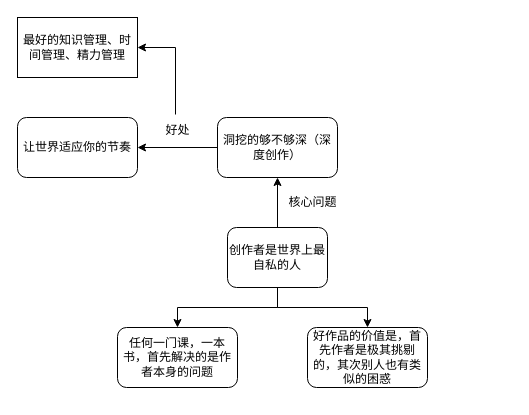
Above: 未命名绘图.drawio in dds0414/drawio (draw.io), before the change. Source tidied: cells renumbered, new cells numbered last; positions are measured from the earlier drawing's top-left corner, leaving out a move shared by most shapes. Both pictures are drawn from the tidied source at 100%, with x=0, y=0 at pixel (17, 17).
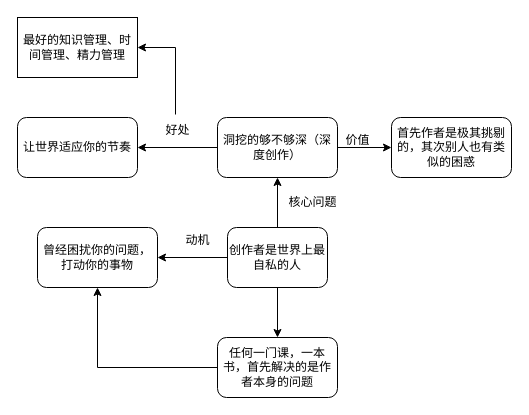
After the change.

Commit message (it also covers changes not shown here):
1.1创作的理由.drawio

The change refers to these unchanged cells:
```xml
<mxCell id="5" value="创作者是世界上最自私的人" style="rounded=1;whiteSpace=wrap;html=1;" parent="1" vertex="1">
  <mxGeometry x="210" y="210" width="100" height="60" as="geometry" />
</mxCell>
<mxCell id="9" value="洞挖的够不够深（深度创作）" style="whiteSpace=wrap;html=1;rounded=1;" parent="1" vertex="1">
  <mxGeometry x="200" y="100" width="120" height="60" as="geometry" />
</mxCell>
```

What changed in the source:
```diff
@@
-    <mxCell id="3" style="edgeStyle=orthogonalEdgeStyle;rounded=0;jettySize=auto;html=1;" parent="1" edge="1" source="5" target="7">
-      <mxGeometry relative="1" as="geometry" />
-    </mxCell>
@@
+    <mxCell id="15" style="edgeStyle=orthogonalEdgeStyle;rounded=0;jettySize=auto;html=1;" parent="1" edge="1" source="5" target="18">
+      <mxGeometry relative="1" as="geometry" />
+    </mxCell>
@@
+    <mxCell id="16" style="edgeStyle=orthogonalEdgeStyle;rounded=0;jettySize=auto;html=1;entryX=0.5;entryY=1;entryDx=0;entryDy=0;" parent="1" edge="1" source="6" target="18">
+      <mxGeometry relative="1" as="geometry" />
+    </mxCell>
     <mxCell id="6" value="任何一门课，一本书，首先解决的是作者本身的问题" style="whiteSpace=wrap;html=1;rounded=1;" parent="1" vertex="1">
-      <mxGeometry x="100" y="310" width="120" height="60" as="geometry" />
+      <mxGeometry x="200" y="320" width="120" height="60" as="geometry" />
     </mxCell>
-    <mxCell id="7" value="好作品的价值是，首先作者是极其挑剔的，其次别人也有类似的困惑" style="whiteSpace=wrap;html=1;rounded=1;" parent="1" vertex="1">
-      <mxGeometry x="290" y="310" width="120" height="60" as="geometry" />
+    <mxCell id="7" value="首先作者是极其挑剔的，其次别人也有类似的困惑" style="whiteSpace=wrap;html=1;rounded=1;" parent="1" vertex="1">
+      <mxGeometry x="374" y="100" width="120" height="60" as="geometry" />
     </mxCell>
@@
+    <mxCell id="17" style="edgeStyle=orthogonalEdgeStyle;rounded=0;jettySize=auto;html=1;" parent="1" edge="1" source="9" target="7">
+      <mxGeometry relative="1" as="geometry" />
+    </mxCell>
@@
+    <mxCell id="18" value="曾经困扰你的问题，打动你的事物" style="rounded=1;whiteSpace=wrap;html=1;" parent="1" vertex="1">
+      <mxGeometry x="20" y="210" width="120" height="60" as="geometry" />
+    </mxCell>
+    <mxCell id="19" value="动机" style="text;html=1;align=center;verticalAlign=middle;strokeColor=none;fillColor=none;" parent="1" vertex="1">
+      <mxGeometry x="155" y="208" width="50" height="30" as="geometry" />
+    </mxCell>
+    <mxCell id="20" value="价值" style="text;html=1;align=center;verticalAlign=middle;strokeColor=none;fillColor=none;" parent="1" vertex="1">
+      <mxGeometry x="315" y="108" width="50" height="30" as="geometry" />
+    </mxCell>
```
